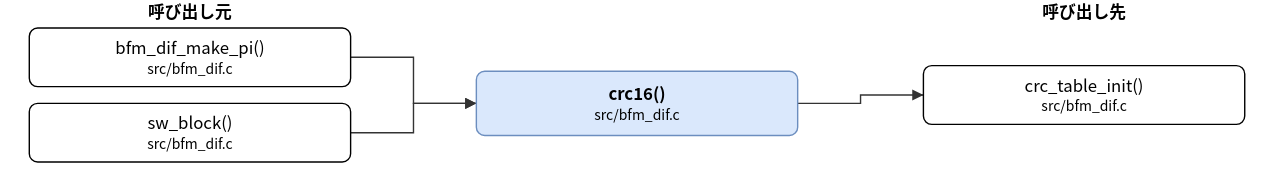
Earlier version of the draw.io export doc/spec/images/call_src_bfm_dif-crc16.drawio.svg (hf355051012-ai/bfmem). Source tidied: cells renumbered, new cells last; positions are measured from the earlier drawing's top-left corner, leaving out a move shared by most shapes.
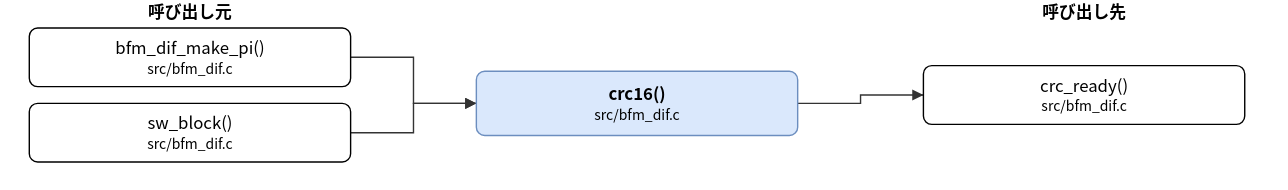
Above is the later version.

The edit, as a diff of the source:
```diff
@@ -11,7 +11,7 @@
     <mxCell id="4" value="sw_block()&lt;br&gt;&lt;font style=&quot;font-size:10px&quot;&gt;src/bfm_dif.c&lt;/font&gt;" style="rounded=1;whiteSpace=wrap;html=1;" parent="1" vertex="1">
       <mxGeometry y="74" width="230" height="42" as="geometry" />
     </mxCell>
-    <mxCell id="5" value="crc_table_init()&lt;br&gt;&lt;font style=&quot;font-size:10px&quot;&gt;src/bfm_dif.c&lt;/font&gt;" style="rounded=1;whiteSpace=wrap;html=1;" parent="1" vertex="1">
+    <mxCell id="5" value="crc_ready()&lt;br&gt;&lt;font style=&quot;font-size:10px&quot;&gt;src/bfm_dif.c&lt;/font&gt;" style="rounded=1;whiteSpace=wrap;html=1;" parent="1" vertex="1">
       <mxGeometry x="640" y="47" width="230" height="42" as="geometry" />
     </mxCell>
     <mxCell id="6" style="edgeStyle=none;html=1;rounded=0;endArrow=block;endFill=1;exitX=1.0000;exitY=0.5000;exitDx=0;exitDy=0;exitPerimeter=0;entryX=0.0000;entryY=0.5000;entryDx=0;entryDy=0;entryPerimeter=0;" parent="1" edge="1" source="3" target="2">
```
